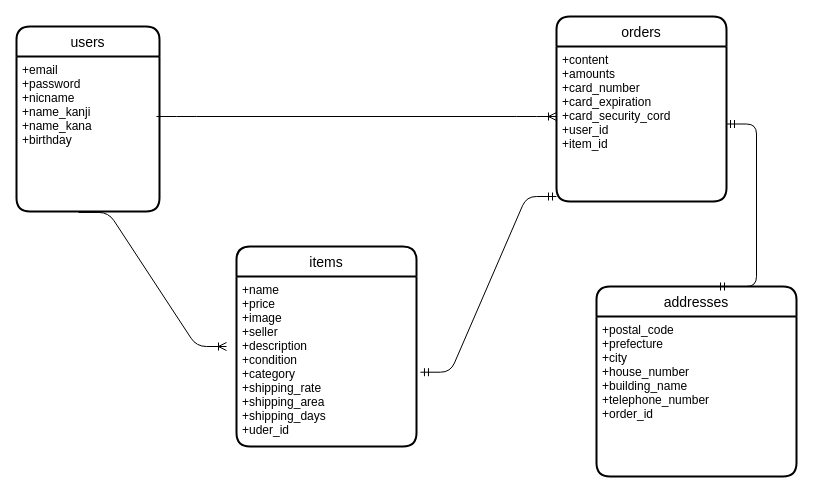
Above: er.dio in yudai928/furima-35577 (draw.io), before the change. Source tidied: cells renumbered, new cells numbered last; positions are measured from the earlier drawing's top-left corner, leaving out a move shared by most shapes. Both pictures are drawn from the tidied source at 100%, with x=0, y=0 at pixel (16, 16).
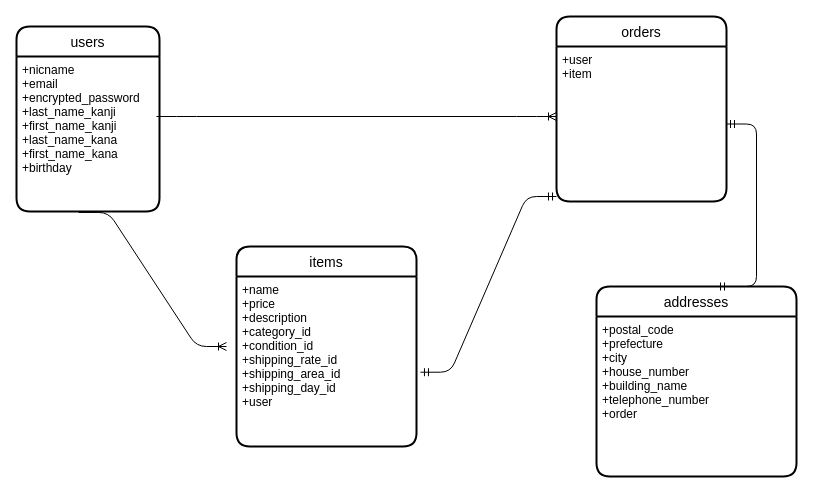
After the change.

The edit, as a diff of the source:
```diff
@@
 <mxGraphModel>
   <root>
     <mxCell id="0" />
     <mxCell id="1" parent="0" />
     <mxCell id="2" value="items" style="swimlane;horizontal=1;startSize=30;rounded=1;fontSize=14;fontStyle=0;strokeWidth=2;shadow=0;dashed=0;align=center;" parent="1" vertex="1">
       <mxGeometry x="220" y="230" width="180" height="200" as="geometry" />
     </mxCell>
-    <mxCell id="3" value="+name&#10;+price&#10;+image&#10;+seller&#10;+description&#10;+condition&#10;+category&#10;+shipping_rate&#10;+shipping_area&#10;+shipping_days&#10;+uder_id" style="align=left;strokeColor=none;fillColor=none;spacingLeft=4;fontSize=12;verticalAlign=top;" parent="2" vertex="1">
+    <mxCell id="3" value="+name&#10;+price&#10;+description&#10;+category_id&#10;+condition_id&#10;+shipping_rate_id&#10;+shipping_area_id&#10;+shipping_day_id&#10;+user" style="align=left;strokeColor=none;fillColor=none;spacingLeft=4;fontSize=12;verticalAlign=top;" parent="2" vertex="1">
       <mxGeometry y="30" width="180" height="170" as="geometry" />
     </mxCell>
     <mxCell id="4" value="users" style="swimlane;horizontal=1;startSize=30;rounded=1;fontSize=14;fontStyle=0;strokeWidth=2;shadow=0;dashed=0;align=center;" parent="1" vertex="1">
       <mxGeometry y="10" width="143" height="185" as="geometry" />
     </mxCell>
-    <mxCell id="5" value="+email&#10;+password&#10;+nicname&#10;+name_kanji&#10;+name_kana&#10;+birthday" style="align=left;strokeColor=none;fillColor=none;spacingLeft=4;fontSize=12;verticalAlign=top;" parent="4" vertex="1">
+    <mxCell id="5" value="+nicname&#10;+email&#10;+encrypted_password&#10;+last_name_kanji&#10;+first_name_kanji&#10;+last_name_kana&#10;+first_name_kana&#10;+birthday" style="align=left;strokeColor=none;fillColor=none;spacingLeft=4;fontSize=12;verticalAlign=top;" parent="4" vertex="1">
       <mxGeometry y="30" width="143" height="155" as="geometry" />
     </mxCell>
     <mxCell id="6" value="orders" style="swimlane;horizontal=1;startSize=30;rounded=1;fontSize=14;fontStyle=0;strokeWidth=2;shadow=0;dashed=0;align=center;" parent="1" vertex="1">
       <mxGeometry x="540" width="170" height="185" as="geometry" />
     </mxCell>
-    <mxCell id="7" value="+content&#10;+amounts&#10;+card_number&#10;+card_expiration&#10;+card_security_cord&#10;+user_id&#10;+item_id&#10;" style="align=left;strokeColor=none;fillColor=none;spacingLeft=4;fontSize=12;verticalAlign=top;" parent="6" vertex="1">
+    <mxCell id="7" value="+user&#10;+item&#10;" style="align=left;strokeColor=none;fillColor=none;spacingLeft=4;fontSize=12;verticalAlign=top;" parent="6" vertex="1">
       <mxGeometry y="30" width="170" height="155" as="geometry" />
     </mxCell>
     <mxCell id="8" value="addresses" style="swimlane;horizontal=1;startSize=30;rounded=1;fontSize=14;fontStyle=0;strokeWidth=2;shadow=0;dashed=0;align=center;" parent="1" vertex="1">
       <mxGeometry x="580" y="270" width="200" height="190" as="geometry" />
     </mxCell>
-    <mxCell id="9" value="+postal_code&#10;+prefecture&#10;+city&#10;+house_number&#10;+building_name&#10;+telephone_number&#10;+order_id" style="align=left;strokeColor=none;fillColor=none;spacingLeft=4;fontSize=12;verticalAlign=top;" parent="8" vertex="1">
+    <mxCell id="9" value="+postal_code&#10;+prefecture&#10;+city&#10;+house_number&#10;+building_name&#10;+telephone_number&#10;+order" style="align=left;strokeColor=none;fillColor=none;spacingLeft=4;fontSize=12;verticalAlign=top;" parent="8" vertex="1">
       <mxGeometry y="30" width="200" height="160" as="geometry" />
     </mxCell>
     <mxCell id="10" style="edgeStyle=entityRelationEdgeStyle;fontSize=12;html=1;endArrow=ERoneToMany;" parent="1" edge="1">
       <mxGeometry relative="1" as="geometry">
         <mxPoint x="140" y="100" as="sourcePoint" />
         <mxPoint x="540" y="100" as="targetPoint" />
       </mxGeometry>
     </mxCell>
     <mxCell id="11" style="edgeStyle=entityRelationEdgeStyle;fontSize=12;html=1;endArrow=ERoneToMany;exitX=0.434;exitY=1.006;exitDx=0;exitDy=0;exitPerimeter=0;" parent="1" edge="1" source="5">
       <mxGeometry relative="1" as="geometry">
         <mxPoint x="210" y="330" as="targetPoint" />
       </mxGeometry>
     </mxCell>
     <mxCell id="12" style="edgeStyle=entityRelationEdgeStyle;fontSize=12;html=1;endArrow=ERmandOne;startArrow=ERmandOne;exitX=1.022;exitY=0.563;exitDx=0;exitDy=0;exitPerimeter=0;" parent="1" edge="1" source="3">
       <mxGeometry relative="1" as="geometry">
         <mxPoint x="540" y="180" as="targetPoint" />
       </mxGeometry>
     </mxCell>
     <mxCell id="13" style="edgeStyle=entityRelationEdgeStyle;fontSize=12;html=1;endArrow=ERmandOne;startArrow=ERmandOne;" parent="1" edge="1" target="7">
       <mxGeometry relative="1" as="geometry">
         <mxPoint x="700" y="270" as="sourcePoint" />
       </mxGeometry>
     </mxCell>
   </root>
 </mxGraphModel>
```
